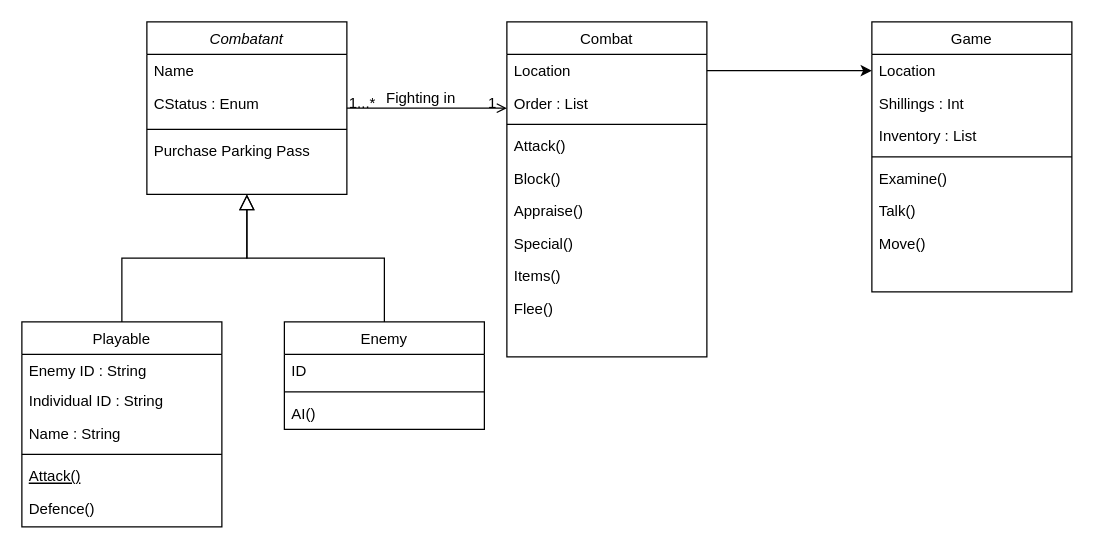
This is WandW_class.drawio from wildwood44/WildAndWyrdDemo, a draw.io file, before an edit. Source tidied: cells renumbered, new cells numbered last; positions are measured from the earlier drawing's top-left corner, leaving out a move shared by most shapes. Both pictures are drawn from the tidied source at 125%, with x=0, y=0 at pixel (21, 21).
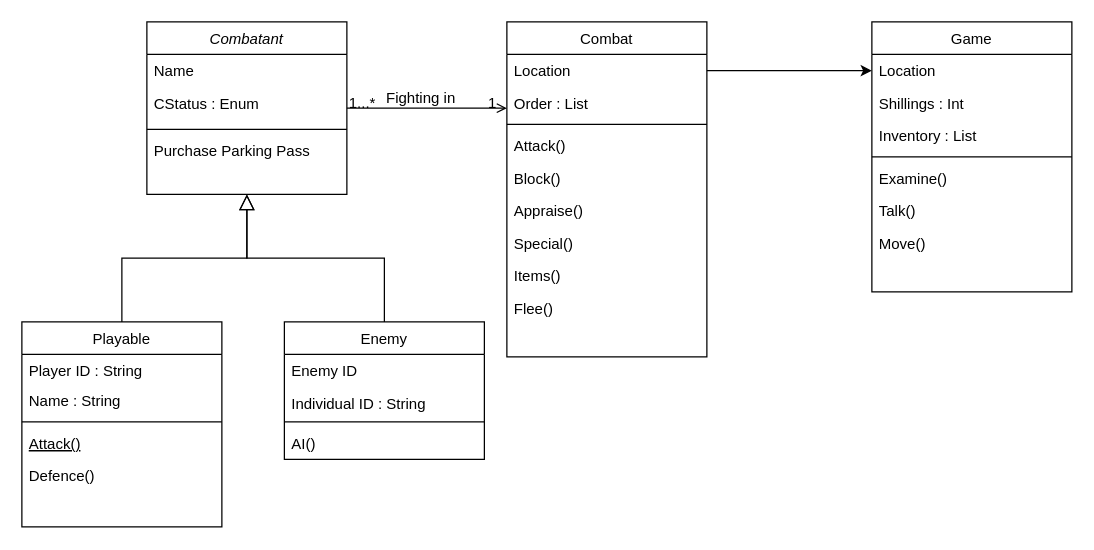
The same diagram, later.

The change refers to these unchanged cells:
```xml
<mxCell id="7" value="Playable" style="swimlane;fontStyle=0;align=center;verticalAlign=top;horizontal=1;startSize=26;rounded=0;shadow=0;strokeWidth=1;" parent="1" vertex="1">
  <mxGeometry y="240" width="160" height="164" as="geometry" />
</mxCell>
```

Diff of the diagram source:
```diff
@@
-    <mxCell id="8" value="Enemy ID : String" style="text;align=left;verticalAlign=top;spacingLeft=4;spacingRight=4;overflow=hidden;" parent="7" vertex="1">
+    <mxCell id="8" value="Player ID : String" style="text;align=left;verticalAlign=top;spacingLeft=4;spacingRight=4;overflow=hidden;" parent="7" vertex="1">
       <mxGeometry y="26" width="160" height="24" as="geometry" />
     </mxCell>
-    <mxCell id="9" value="Individual ID : String" style="text;align=left;verticalAlign=top;spacingLeft=4;spacingRight=4;overflow=hidden;" parent="7" vertex="1">
-      <mxGeometry y="50" width="160" height="26" as="geometry" />
-    </mxCell>
     <mxCell id="10" value="Name : String" style="text;align=left;verticalAlign=top;spacingLeft=4;spacingRight=4;overflow=hidden;rounded=0;shadow=0;html=0;" parent="7" vertex="1">
-      <mxGeometry y="76" width="160" height="26" as="geometry" />
+      <mxGeometry y="50" width="160" height="26" as="geometry" />
     </mxCell>
     <mxCell id="11" style="line;html=1;strokeWidth=1;align=left;verticalAlign=middle;spacingTop=-1;spacingLeft=3;spacingRight=3;labelPosition=right;" parent="7" vertex="1">
-      <mxGeometry y="102" width="160" height="8" as="geometry" />
+      <mxGeometry y="76" width="160" height="8" as="geometry" />
     </mxCell>
     <mxCell id="12" value="Attack()" style="text;align=left;verticalAlign=top;spacingLeft=4;spacingRight=4;overflow=hidden;fontStyle=4;" parent="7" vertex="1">
-      <mxGeometry y="110" width="160" height="26" as="geometry" />
+      <mxGeometry y="84" width="160" height="26" as="geometry" />
     </mxCell>
     <mxCell id="13" value="Defence()" style="text;align=left;verticalAlign=top;spacingLeft=4;spacingRight=4;overflow=hidden;" parent="7" vertex="1">
-      <mxGeometry y="136" width="160" height="26" as="geometry" />
+      <mxGeometry y="110" width="160" height="26" as="geometry" />
     </mxCell>
@@
     <mxCell id="15" value="Enemy" style="swimlane;fontStyle=0;align=center;verticalAlign=top;horizontal=1;startSize=26;rounded=0;shadow=0;strokeWidth=1;" parent="1" vertex="1">
-      <mxGeometry x="210" y="240" width="160" height="86" as="geometry" />
+      <mxGeometry x="210" y="240" width="160" height="110" as="geometry" />
     </mxCell>
-    <mxCell id="16" value="ID" style="text;align=left;verticalAlign=top;spacingLeft=4;spacingRight=4;overflow=hidden;" parent="15" vertex="1">
+    <mxCell id="16" value="Enemy ID" style="text;align=left;verticalAlign=top;spacingLeft=4;spacingRight=4;overflow=hidden;" parent="15" vertex="1">
       <mxGeometry y="26" width="160" height="26" as="geometry" />
     </mxCell>
+    <mxCell id="9" value="Individual ID : String" style="text;align=left;verticalAlign=top;spacingLeft=4;spacingRight=4;overflow=hidden;" parent="15" vertex="1">
+      <mxGeometry y="52" width="160" height="24" as="geometry" />
+    </mxCell>
     <mxCell id="17" style="line;html=1;strokeWidth=1;align=left;verticalAlign=middle;spacingTop=-1;spacingLeft=3;spacingRight=3;labelPosition=right;" parent="15" vertex="1">
-      <mxGeometry y="52" width="160" height="8" as="geometry" />
+      <mxGeometry y="76" width="160" height="8" as="geometry" />
     </mxCell>
     <mxCell id="18" value="AI()" style="text;align=left;verticalAlign=top;spacingLeft=4;spacingRight=4;overflow=hidden;" parent="15" vertex="1">
-      <mxGeometry y="60" width="160" height="26" as="geometry" />
+      <mxGeometry y="84" width="160" height="26" as="geometry" />
     </mxCell>
```
